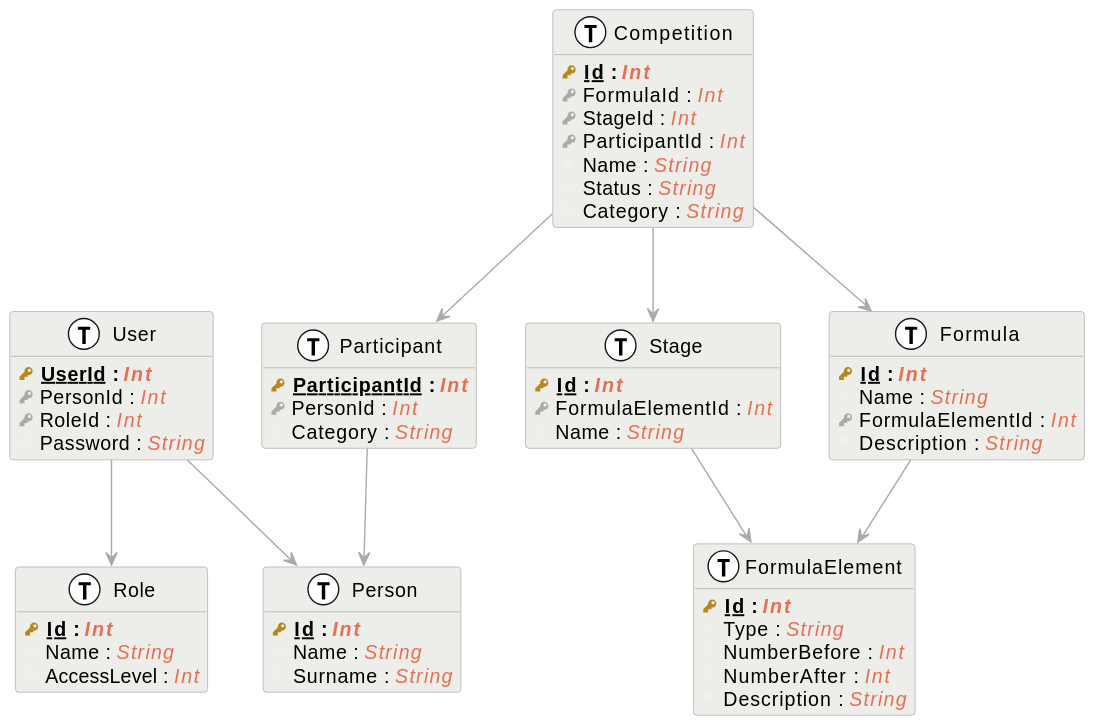
Earlier version of the PlantUML export doc/externals/database.svg (OnHenriGolera/Astro). The source it was exported from:
```plantuml
@startuml

!define primary_key(name, type) <b><color:#b8861b><&key></color> <u>name</u> : <color:#e76f51><i>type</i></color></b>
!define foreign_key(name, type) <color:#aaaaaa><&key></color> name : <color:#e76f51><i>type</i></color>
!define column(name, type) <color:#efefef><&media-record></color> name : <color:#e76f51><i>type</i></color>
!define table(x) entity x << (T, white) >>

hide methods

skinparam class {
    BackgroundColor edede9
    ArrowColor #aaaaaa
    BorderColor #aaaaaa
    BackgroundColor<< (T, white) >> #aaaaaa
}

table(Person) {
    primary_key(Id, Int)
    column(Name, String)
    column(Surname, String)
}

table(User) {
    primary_key(UserId, Int)
    foreign_key(PersonId, Int)
    foreign_key(RoleId, Int)
    column(Password, String)
}

table(Role) {
    primary_key(Id, Int)
    column(Name, String)
    column(AccessLevel, Int)
}

table(Stage) {
    primary_key(Id, Int)
    foreign_key(FormulaElementId, Int)
    column(Name, String)
}

table(Competition) {
    primary_key(Id, Int)
    foreign_key(FormulaId, Int)
    foreign_key(StageId, Int)
    foreign_key(ParticipantId, Int)
    column(Name, String)
    column(Status, String)
    column(Category, String)
}

table(Formula) {
    primary_key(Id, Int)
    column(Name, String)
    foreign_key(FormulaElementId, Int)
    column(Description, String)
}

table(FormulaElement) {
    primary_key(Id, Int)
    column(Type, String)
    column(NumberBefore, Int)
    column(NumberAfter, Int)
    column(Description, String)
}

table(Participant) {
    primary_key(ParticipantId, Int)
    foreign_key(PersonId, Int)
    column(Category, String)
}

User --> Person
Stage --> FormulaElement
Competition --> Formula
Competition --> Stage
Competition --> Participant
Formula --> FormulaElement
Participant --> Person
User --> Role
@enduml
```
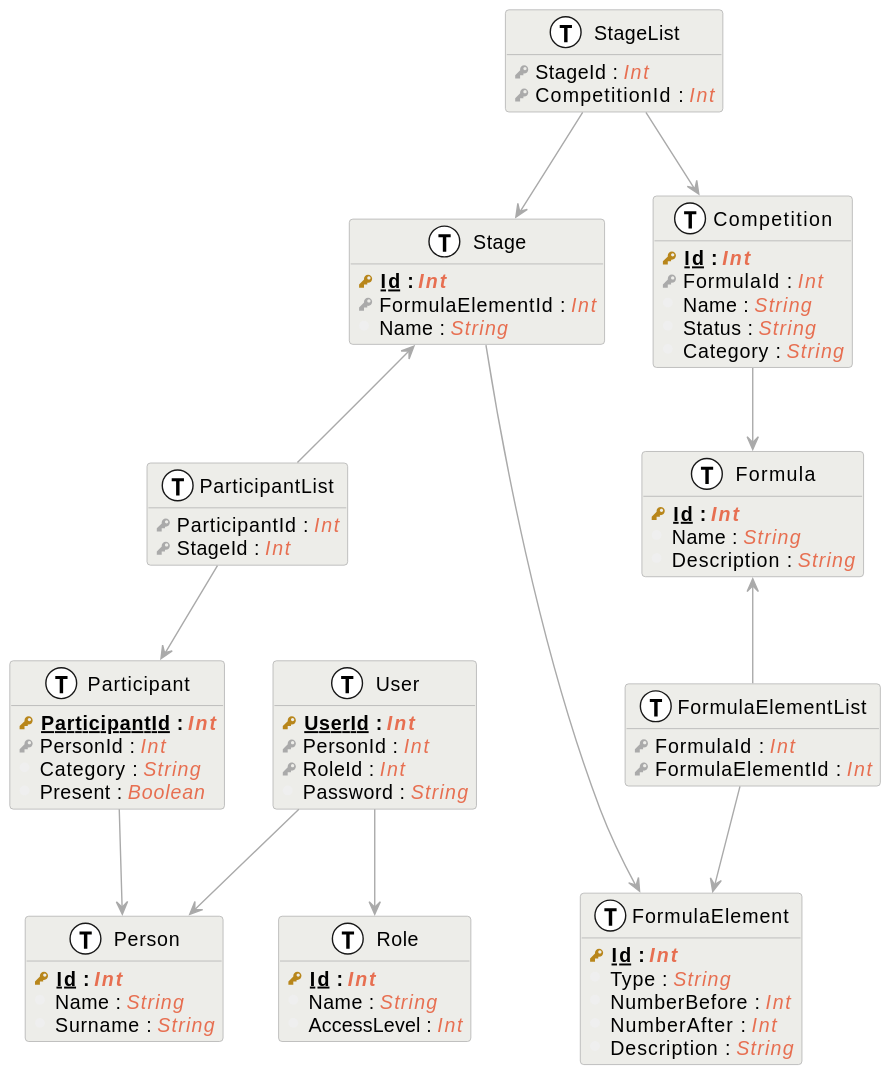
Later version of the same file.

The edit, as a diff of the source:
```diff
@@ -39,11 +39,19 @@
     column(Name, String)
 }
 
+table(StageList) {
+	foreign_key(StageId, Int)
+	foreign_key(CompetitionId, Int)
+}
+
+table(ParticipantList) {
+	foreign_key(ParticipantId, Int)
+	foreign_key(StageId, Int)
+}
+
 table(Competition) {
     primary_key(Id, Int)
     foreign_key(FormulaId, Int)
-    foreign_key(StageId, Int)
-    foreign_key(ParticipantId, Int)
     column(Name, String)
     column(Status, String)
     column(Category, String)
@@ -52,8 +60,12 @@
 table(Formula) {
     primary_key(Id, Int)
     column(Name, String)
-    foreign_key(FormulaElementId, Int)
     column(Description, String)
+}
+
+table(FormulaElementList) {
+	foreign_key(FormulaId, Int)
+	foreign_key(FormulaElementId, Int)
 }
 
 table(FormulaElement) {
@@ -68,14 +80,18 @@
     primary_key(ParticipantId, Int)
     foreign_key(PersonId, Int)
     column(Category, String)
+	column(Present, Boolean)
 }
 
 User --> Person
 Stage --> FormulaElement
 Competition --> Formula
-Competition --> Stage
-Competition --> Participant
-Formula --> FormulaElement
+StageList --> Stage
+Stage <-- ParticipantList
+ParticipantList --> Participant
+Formula <-- FormulaElementList
+FormulaElementList --> FormulaElement
 Participant --> Person
 User --> Role
+StageList --> Competition
 @enduml
```
